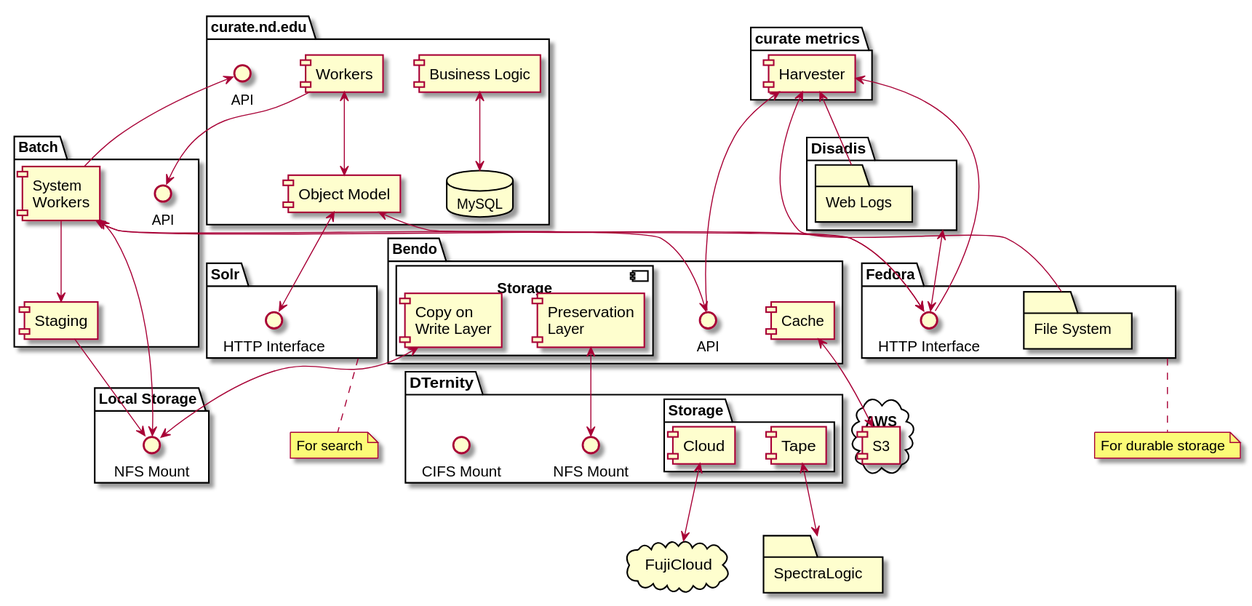
Before: plantuml/curate_nd.svg, a diagram exported from PlantUML (ndlib/dam-ecosystem-mapping).
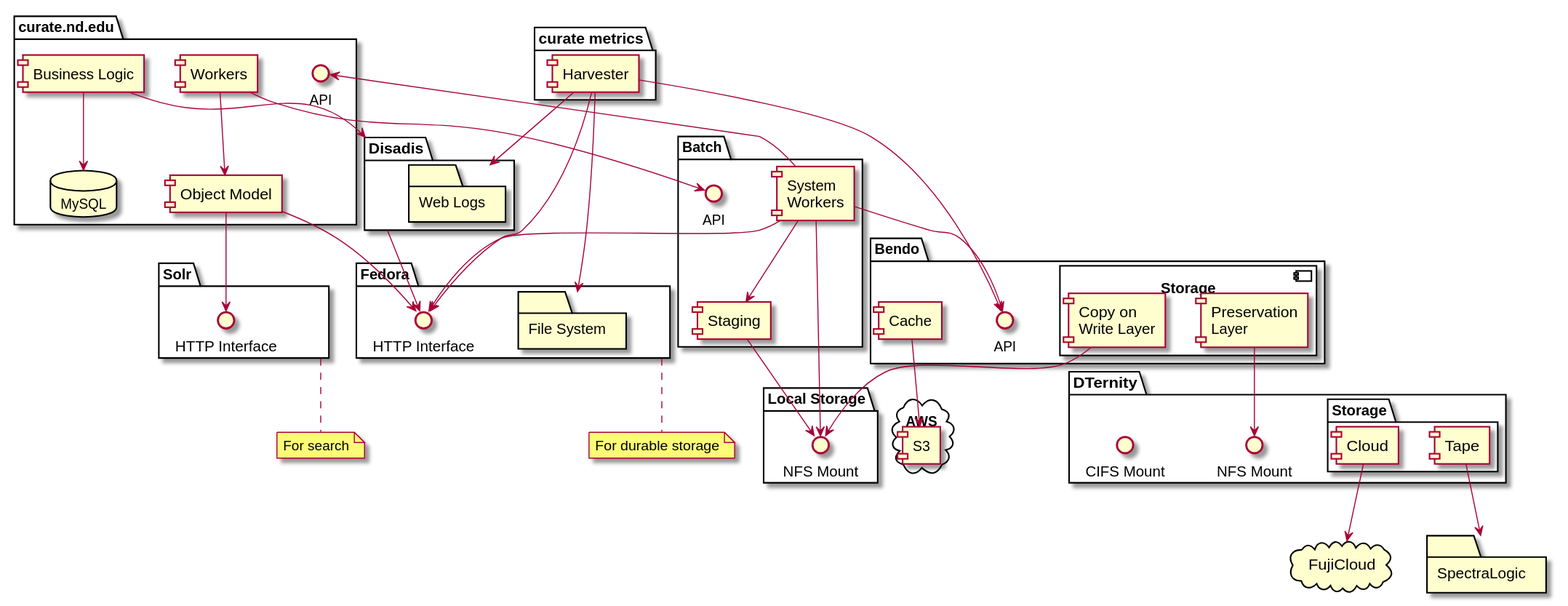
The same file after the commit.

Diff of the diagram source:
```diff
@@ -6,8 +6,8 @@
   component "Business Logic" as CurateBL
   database MySQL
   interface "API" as CurateAPI
-  CurateW <--> CurateOM
-  CurateBL <--> MySQL
+  CurateW --> CurateOM
+  CurateBL --> MySQL
 }
 package Disadis {
   folder "Web Logs" as WebLogs
@@ -67,24 +67,25 @@
 
 package "curate metrics" {
   component "Harvester"
-  Harvester <-- WebLogs
-  Harvester <-- FedoraHTTP
-  Harvester <-- FedoraFS
-  Harvester <-- BendoAPI
+  Harvester --> WebLogs
+  Harvester --> FedoraHTTP
+  Harvester --> FedoraFS
+  Harvester --> BendoAPI
 }
 
-BendoPL <--> DTernityNFSM
-CurateOM <--> FedoraHTTP
-CurateOM <--> SolrHTTP
+BendoPL --> DTernityNFSM
+CurateOM --> FedoraHTTP
+CurateOM --> SolrHTTP
 BatchWorkers --> CurateAPI
-BendoCOW <--> LocalNFSMount
-DternityTS <--> SpectraLogic
-DternityCS <--> FujiCloud
-BendoC <--> S3
+BendoCOW --> LocalNFSMount
+DternityTS --> SpectraLogic
+DternityCS --> FujiCloud
+BendoC --> S3
 CurateW --> BatchAPI
 BatchWorkers --> BendoAPI
-BatchWorkers <--> FedoraHTTP
-BatchWorkers <--> LocalNFSMount
+BatchWorkers --> FedoraHTTP
+BatchWorkers --> LocalNFSMount
 BatchStaging --> LocalNFSMount
-Disadis <--> FedoraHTTP
+Disadis --> FedoraHTTP
+CurateBL --> Disadis
 @enduml
```
